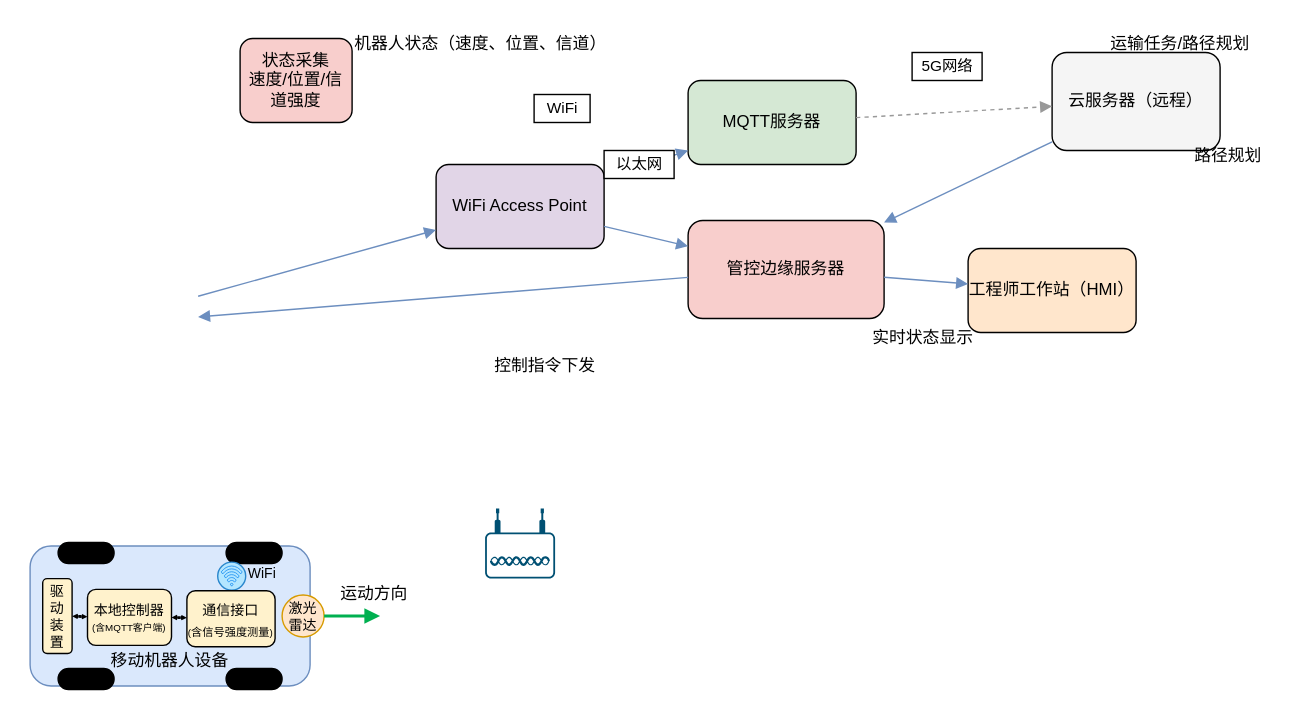
Before: AMR 控制和调度系统框图.drawio in netCIS0xD/testRepository, a draw.io diagram. Source tidied: cells renumbered, new cells numbered last; positions are measured from the earlier drawing's top-left corner, leaving out a move shared by most shapes. Both pictures are drawn from the tidied source at 140%, with x=0, y=0 at pixel (29, 24).
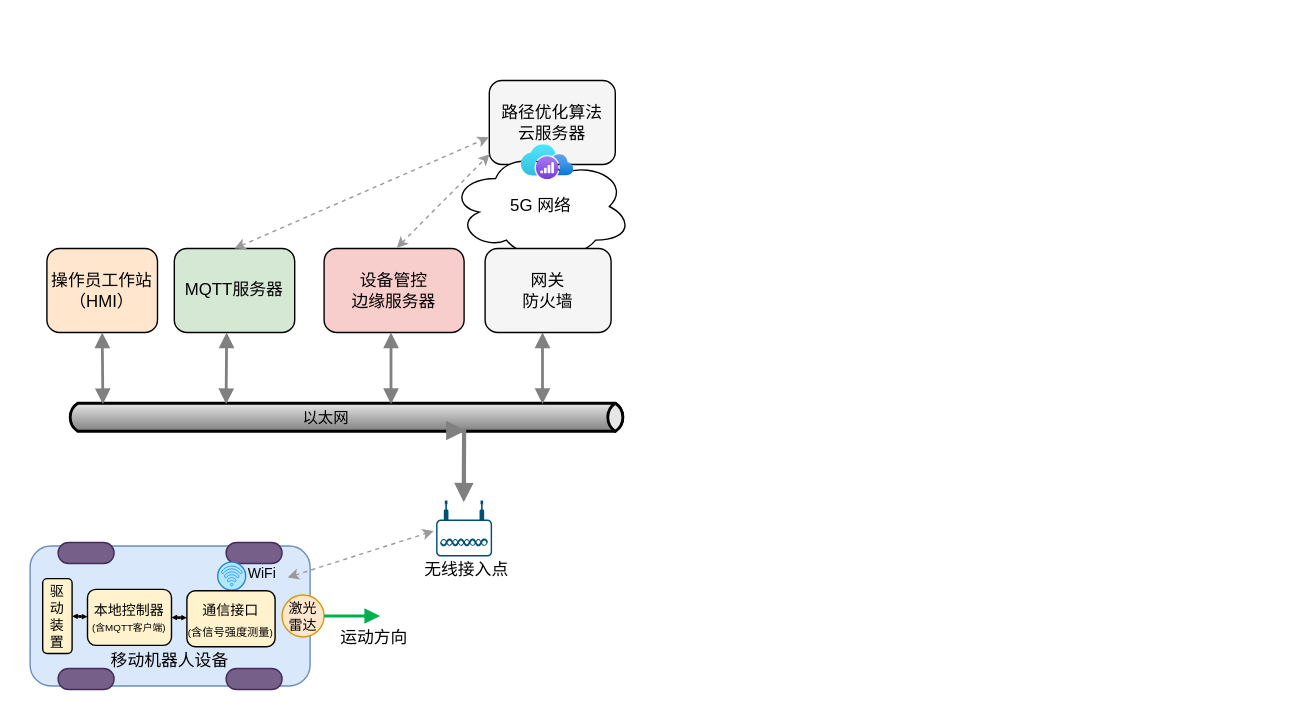
The same page after the edit.

Commit message:
Update AMR 控制和调度系统框图.drawio

Unchanged cells that the change refers to:
```xml
<mxCell id="37" value="&lt;span style=&quot;color: light-dark(rgb(0, 0, 0), rgb(0, 128, 192));&quot;&gt;WiFi&lt;/span&gt;" style="text;html=1;strokeColor=none;fillColor=none;fontSize=10;fontColor=light-dark(default, #0080c0);" parent="1" vertex="1">
  <mxGeometry x="154" y="380" width="30" height="20" as="geometry" />
</mxCell>
```

The edit, as a diff of the source:
```diff
@@
-    <mxCell id="2" value="WiFi Access Point" style="rounded=1;whiteSpace=wrap;html=1;fillColor=#e1d5e7;" parent="1" vertex="1">
-      <mxGeometry x="290" y="100" width="120" height="60" as="geometry" />
-    </mxCell>
     <mxCell id="3" value="MQTT服务器" style="rounded=1;whiteSpace=wrap;html=1;fillColor=#d5e8d4;" parent="1" vertex="1">
-      <mxGeometry x="470" y="40" width="120" height="60" as="geometry" />
+      <mxGeometry x="103" y="160" width="86" height="60" as="geometry" />
     </mxCell>
-    <mxCell id="4" value="管控边缘服务器" style="rounded=1;whiteSpace=wrap;html=1;fillColor=#f8cecc;" parent="1" vertex="1">
-      <mxGeometry x="470" y="140" width="140" height="70" as="geometry" />
+    <mxCell id="4" value="&lt;div&gt;设备管控&lt;/div&gt;&lt;div&gt;边缘服务器&lt;/div&gt;" style="rounded=1;whiteSpace=wrap;html=1;fillColor=#f8cecc;" parent="1" vertex="1">
+      <mxGeometry x="210" y="160" width="100" height="60" as="geometry" />
     </mxCell>
-    <mxCell id="5" value="工程师工作站（HMI）" style="rounded=1;whiteSpace=wrap;html=1;fillColor=#ffe6cc;" parent="1" vertex="1">
-      <mxGeometry x="670" y="160" width="120" height="60" as="geometry" />
+    <mxCell id="5" value="&lt;div&gt;操作员工作站&lt;/div&gt;&lt;div&gt;（HMI）&lt;/div&gt;" style="rounded=1;whiteSpace=wrap;html=1;fillColor=#ffe6cc;" parent="1" vertex="1">
+      <mxGeometry x="12" y="160" width="79" height="60" as="geometry" />
     </mxCell>
-    <mxCell id="6" value="云服务器（远程）" style="rounded=1;whiteSpace=wrap;html=1;fillColor=#f5f5f5;" parent="1" vertex="1">
-      <mxGeometry x="730" y="20" width="120" height="70" as="geometry" />
+    <mxCell id="6" value="&lt;div&gt;路径优化算法&lt;/div&gt;&lt;div&gt;云服务器&lt;/div&gt;" style="rounded=1;whiteSpace=wrap;html=1;fillColor=#f5f5f5;" parent="1" vertex="1">
+      <mxGeometry x="328" y="40" width="90" height="60" as="geometry" />
     </mxCell>
-    <mxCell id="7" style="endArrow=block;endFill=1;strokeColor=#6c8ebf;" parent="1" edge="1" target="2">
-      <mxGeometry relative="1" as="geometry">
-        <mxPoint x="120" y="194.1" as="sourcePoint" />
-      </mxGeometry>
-    </mxCell>
-    <mxCell id="8" value="WiFi" style="noEdgeStyle=1;html=1;align=center;verticalAlign=middle;fontSize=11;" parent="1" vertex="1">
-      <mxGeometry x="360" y="50" width="40" height="20" as="geometry" />
-    </mxCell>
-    <mxCell id="9" style="endArrow=block;endFill=1;strokeColor=#6c8ebf;" parent="1" edge="1" source="2" target="3">
-      <mxGeometry relative="1" as="geometry" />
-    </mxCell>
-    <mxCell id="10" value="以太网" style="noEdgeStyle=1;html=1;align=center;verticalAlign=middle;fontSize=11;" parent="1" vertex="1">
-      <mxGeometry x="410" y="90" width="50" height="20" as="geometry" />
-    </mxCell>
-    <mxCell id="11" style="endArrow=block;endFill=1;strokeColor=#6c8ebf;" parent="1" edge="1" source="2" target="4">
-      <mxGeometry relative="1" as="geometry" />
-    </mxCell>
-    <mxCell id="12" style="endArrow=block;endFill=1;dashed=1;strokeColor=#999999;" parent="1" edge="1" source="3" target="6">
+    <mxCell id="12" style="endArrow=classic;endFill=1;dashed=1;strokeColor=#999999;entryX=-0.004;entryY=0.677;entryDx=0;entryDy=0;entryPerimeter=0;exitX=0.5;exitY=0;exitDx=0;exitDy=0;startArrow=classic;startFill=1;startSize=5;endSize=5;" parent="1" edge="1" source="3" target="6">
       <mxGeometry relative="1" as="geometry" />
     </mxCell>
-    <mxCell id="13" value="5G网络" style="noEdgeStyle=1;html=1;align=center;verticalAlign=middle;fontSize=11;" parent="1" vertex="1">
-      <mxGeometry x="630" y="20" width="50" height="20" as="geometry" />
-    </mxCell>
-    <mxCell id="14" style="endArrow=block;endFill=1;strokeColor=#6c8ebf;" parent="1" edge="1" source="6" target="4">
-      <mxGeometry relative="1" as="geometry" />
-    </mxCell>
-    <mxCell id="15" style="endArrow=block;endFill=1;strokeColor=#6c8ebf;" parent="1" edge="1" source="4" target="5">
-      <mxGeometry relative="1" as="geometry" />
-    </mxCell>
-    <mxCell id="16" style="endArrow=block;endFill=1;strokeColor=#6c8ebf;" parent="1" edge="1" source="4">
-      <mxGeometry relative="1" as="geometry">
-        <mxPoint x="120" y="208.9" as="targetPoint" />
-      </mxGeometry>
-    </mxCell>
-    <mxCell id="17" value="机器人状态（速度、位置、信道）" style="text;html=1;strokeColor=none;fillColor=none;fontSize=12;" parent="1" vertex="1">
-      <mxGeometry x="230" width="140" height="20" as="geometry" />
-    </mxCell>
-    <mxCell id="18" value="路径规划" style="text;html=1;strokeColor=none;fillColor=none;fontSize=12;" parent="1" vertex="1">
-      <mxGeometry x="830" y="80" width="60" height="20" as="geometry" />
-    </mxCell>
-    <mxCell id="19" value="控制指令下发" style="text;html=1;strokeColor=none;fillColor=none;fontSize=12;" parent="1" vertex="1">
-      <mxGeometry x="330" y="230" width="90" height="20" as="geometry" />
-    </mxCell>
-    <mxCell id="20" value="实时状态显示" style="text;html=1;strokeColor=none;fillColor=none;fontSize=12;" parent="1" vertex="1">
-      <mxGeometry x="600" y="210" width="90" height="20" as="geometry" />
-    </mxCell>
-    <mxCell id="21" value="运输任务/路径规划" style="text;html=1;strokeColor=none;fillColor=none;fontSize=12;" parent="1" vertex="1">
-      <mxGeometry x="770" width="110" height="20" as="geometry" />
-    </mxCell>
-    <mxCell id="22" value="状态采集&#10;速度/位置/信道强度" style="rounded=1;whiteSpace=wrap;html=1;fillColor=#f8cecc;" parent="1" vertex="1">
-      <mxGeometry x="150" y="10" width="80" height="60" as="geometry" />
-    </mxCell>
@@
     <mxCell id="26" value="运动方向" style="text;html=1;strokeColor=none;fillColor=none;fontSize=12;" parent="1" vertex="1">
-      <mxGeometry x="220" y="392.5" width="60" height="20" as="geometry" />
+      <mxGeometry x="220" y="423.5" width="60" height="20" as="geometry" />
     </mxCell>
-    <mxCell id="27" style="rounded=1;whiteSpace=wrap;html=1;arcSize=50;fillColor=light-dark(#000000,#BBBBBB);" parent="1" vertex="1">
+    <mxCell id="27" style="rounded=1;whiteSpace=wrap;html=1;arcSize=50;fillColor=light-dark(#76608a, #c0c0c0);fontColor=#ffffff;strokeColor=#432D57;" parent="1" vertex="1">
       <mxGeometry x="140" y="370" width="40" height="15" as="geometry" />
     </mxCell>
-    <mxCell id="28" style="rounded=1;whiteSpace=wrap;html=1;arcSize=50;fillColor=light-dark(#000000,#BBBBBB);" parent="1" vertex="1">
+    <mxCell id="28" style="rounded=1;whiteSpace=wrap;html=1;arcSize=50;fillColor=light-dark(#76608a, #c0c0c0);fontColor=#ffffff;strokeColor=#432D57;" parent="1" vertex="1">
       <mxGeometry x="140" y="460" width="40" height="15" as="geometry" />
     </mxCell>
-    <mxCell id="29" style="rounded=1;whiteSpace=wrap;html=1;arcSize=50;fillColor=light-dark(#000000,#BBBBBB);" parent="1" vertex="1">
+    <mxCell id="29" style="rounded=1;whiteSpace=wrap;html=1;arcSize=50;fillColor=light-dark(#76608a, #c0c0c0);fontColor=#ffffff;strokeColor=#432D57;" parent="1" vertex="1">
       <mxGeometry x="20" y="460" width="40" height="15" as="geometry" />
     </mxCell>
-    <mxCell id="30" style="rounded=1;whiteSpace=wrap;html=1;arcSize=50;fillColor=light-dark(#000000,#BBBBBB);" parent="1" vertex="1">
+    <mxCell id="30" style="rounded=1;whiteSpace=wrap;html=1;arcSize=50;fillColor=light-dark(#76608a, #c0c0c0);fontColor=#ffffff;strokeColor=#432D57;fillStyle=solid;" parent="1" vertex="1">
       <mxGeometry x="20" y="370" width="40" height="15" as="geometry" />
     </mxCell>
@@
     <mxCell id="41" style="points=[[0.03,0.36,0],[0.18,0,0],[0.5,0.34,0],[0.82,0,0],[0.97,0.36,0],[1,0.67,0],[0.975,0.975,0],[0.5,1,0],[0.025,0.975,0],[0,0.67,0]];verticalLabelPosition=bottom;sketch=0;html=1;verticalAlign=top;align=center;shape=mxgraph.cisco19.wireless_access_point;fillColor=light-dark(#005073, #005073);strokeColor=none;" parent="1" vertex="1">
-      <mxGeometry x="325" y="345.8" width="50" height="50" as="geometry" />
+      <mxGeometry x="290" y="340" width="40" height="40" as="geometry" />
     </mxCell>
+    <mxCell id="42" value="无线接入点" style="text;html=1;strokeColor=none;fillColor=none;fontSize=12;" parent="1" vertex="1">
+      <mxGeometry x="280" y="375.8" width="90" height="20" as="geometry" />
+    </mxCell>
+    <mxCell id="43" style="group;" parent="1" vertex="1">
+      <mxGeometry x="-4" y="220" width="430" height="110" as="geometry" />
+    </mxCell>
+    <mxCell id="44" style="strokeWidth=2;strokeColor=#000000;dashed=0;align=center;html=1;fontSize=8;shape=mxgraph.eip.messageChannel;" parent="43" vertex="1">
+      <mxGeometry x="30" y="51.1" width="400" height="18.9" as="geometry" />
+    </mxCell>
+    <mxCell id="45" style="edgeStyle=elbowEdgeStyle;strokeWidth=2;rounded=0;endArrow=block;startArrow=block;startSize=6;endSize=6;dashed=0;html=1;strokeColor=#808080;" parent="43" edge="1">
+      <mxGeometry relative="1" as="geometry">
+        <mxPoint x="55.5" as="sourcePoint" />
+        <mxPoint x="55.5" y="51.1" as="targetPoint" />
+      </mxGeometry>
+    </mxCell>
+    <mxCell id="46" style="edgeStyle=elbowEdgeStyle;strokeWidth=2;rounded=0;endArrow=block;startArrow=block;startSize=6;endSize=6;dashed=0;html=1;strokeColor=#808080;" parent="43" edge="1">
+      <mxGeometry relative="1" as="geometry">
+        <mxPoint x="144.4" as="sourcePoint" />
+        <mxPoint x="144.3" y="51.1" as="targetPoint" />
+      </mxGeometry>
+    </mxCell>
+    <mxCell id="47" style="edgeStyle=elbowEdgeStyle;strokeWidth=2;rounded=0;endArrow=block;startArrow=block;startSize=6;endSize=6;dashed=0;html=1;strokeColor=#808080;" parent="43" edge="1">
+      <mxGeometry relative="1" as="geometry">
+        <mxPoint x="261.8" as="sourcePoint" />
+        <mxPoint x="261.7" y="51.1" as="targetPoint" />
+        <Array as="points">
+          <mxPoint x="261.8" />
+        </Array>
+      </mxGeometry>
+    </mxCell>
+    <mxCell id="10" value="以太网" style="noEdgeStyle=1;html=1;align=center;verticalAlign=middle;fontSize=11;fillColor=none;strokeColor=none;" parent="43" vertex="1">
+      <mxGeometry x="192.6" y="51.1" width="44.8" height="20" as="geometry" />
+    </mxCell>
+    <mxCell id="48" style="edgeStyle=elbowEdgeStyle;strokeWidth=3;rounded=0;endArrow=block;startArrow=block;startSize=6;endSize=6;dashed=0;html=1;strokeColor=#808080;exitX=0.494;exitY=0.031;exitDx=0;exitDy=0;exitPerimeter=0;" parent="1" edge="1" source="41">
+      <mxGeometry relative="1" as="geometry">
+        <mxPoint x="311" y="290" as="targetPoint" />
+      </mxGeometry>
+    </mxCell>
+    <mxCell id="49" style="edgeStyle=elbowEdgeStyle;strokeWidth=2;rounded=0;endArrow=block;startArrow=block;startSize=6;endSize=6;dashed=0;html=1;strokeColor=#808080;" parent="1" edge="1">
+      <mxGeometry relative="1" as="geometry">
+        <mxPoint x="366" y="220" as="sourcePoint" />
+        <mxPoint x="366" y="271.1" as="targetPoint" />
+        <Array as="points">
+          <mxPoint x="366" y="220" />
+        </Array>
+      </mxGeometry>
+    </mxCell>
+    <mxCell id="50" value="5G 网络" style="ellipse;shape=cloud;whiteSpace=wrap;html=1;align=center;" parent="1" vertex="1">
+      <mxGeometry x="300" y="90" width="130" height="80" as="geometry" />
+    </mxCell>
+    <mxCell id="51" style="image;html=1;align=center;fontSize=12;image=img/lib/azure2/hybrid_multicloud/Azure_Operator_5G_Core.svg;" parent="1" vertex="1">
+      <mxGeometry x="351" y="86" width="37.5" height="25" as="geometry" />
+    </mxCell>
+    <mxCell id="52" value="&lt;div&gt;网关&lt;/div&gt;&lt;div&gt;防火墙&lt;/div&gt;" style="rounded=1;whiteSpace=wrap;html=1;fillColor=#f5f5f5;" parent="1" vertex="1">
+      <mxGeometry x="325" y="160" width="90" height="60" as="geometry" />
+    </mxCell>
+    <mxCell id="53" style="endArrow=classic;endFill=1;dashed=1;strokeColor=#999999;entryX=0.003;entryY=0.877;entryDx=0;entryDy=0;entryPerimeter=0;exitX=0.519;exitY=-0.006;exitDx=0;exitDy=0;startArrow=classic;startFill=1;startSize=5;endSize=5;exitPerimeter=0;" parent="1" edge="1" source="4" target="6">
+      <mxGeometry relative="1" as="geometry" />
+    </mxCell>
+    <mxCell id="54" style="endArrow=classic;endFill=1;dashed=1;strokeColor=#999999;entryX=-0.044;entryY=0.544;entryDx=0;entryDy=0;entryPerimeter=0;exitX=1;exitY=0.75;exitDx=0;exitDy=0;startArrow=classic;startFill=1;startSize=5;endSize=5;" parent="1" edge="1" source="37" target="41">
+      <mxGeometry relative="1" as="geometry" />
+    </mxCell>
```
